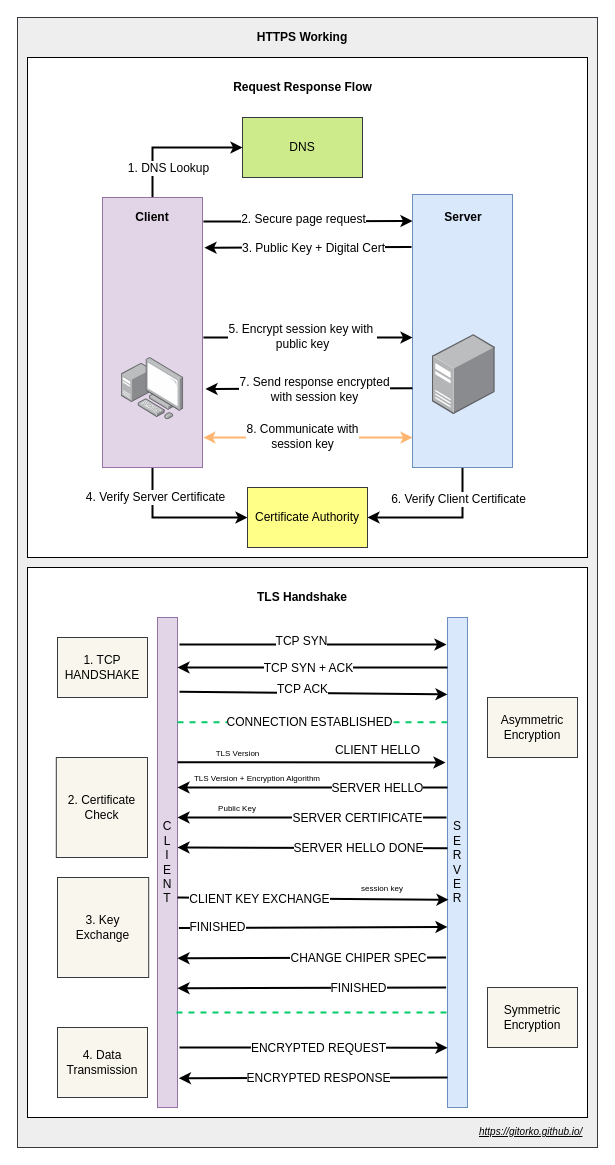
Earlier version of the draw.io diagram content/post/grokking-the-system-design-interview/working-https.drawio (gitorko/gitorko.github.io). Source tidied: cells renumbered, new cells numbered last; positions are measured from the earlier drawing's top-left corner, leaving out a move shared by most shapes. Both pictures are drawn from the tidied source at 100%, with x=0, y=0 at pixel (17, 17).
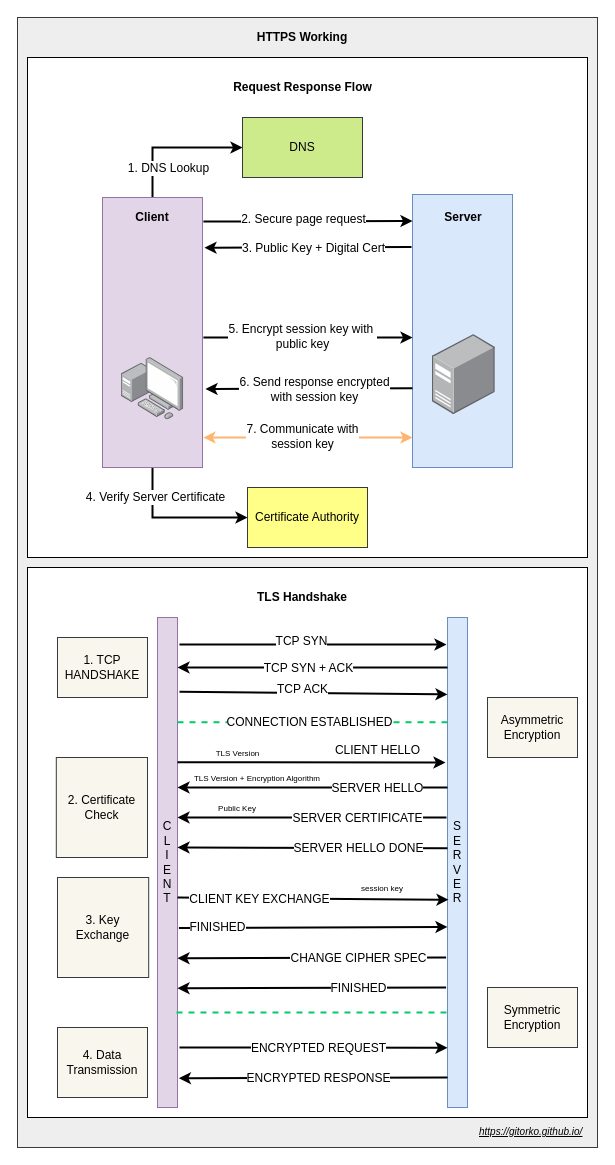
Above is the later version.

The change refers to these unchanged cells:
```xml
<mxCell id="7" style="rounded=0;whiteSpace=wrap;html=1;fillColor=#dae8fc;strokeColor=#6c8ebf;" parent="1" vertex="1">
  <mxGeometry x="395" y="177" width="100" height="273" as="geometry" />
</mxCell>
<mxCell id="22" value="Certificate Authority" style="rounded=0;whiteSpace=wrap;html=1;fillColor=#ffff88;strokeColor=#36393d;" parent="1" vertex="1">
  <mxGeometry x="230" y="470" width="120" height="60" as="geometry" />
</mxCell>
<mxCell id="25" style="endArrow=classic;html=1;strokeWidth=2;exitX=-0.01;exitY=0.192;exitDx=0;exitDy=0;exitPerimeter=0;entryX=1.02;entryY=0.186;entryDx=0;entryDy=0;entryPerimeter=0;" parent="1" edge="1">
  <mxGeometry relative="1" as="geometry">
    <mxPoint x="395" y="370.7" as="sourcePoint" />
    <mxPoint x="188" y="371.5" as="targetPoint" />
  </mxGeometry>
</mxCell>
<mxCell id="55" style="endArrow=classic;html=1;strokeWidth=2;exitX=-0.071;exitY=0.546;exitDx=0;exitDy=0;entryX=1;entryY=0.5;entryDx=0;entryDy=0;exitPerimeter=0;" parent="1" edge="1">
  <mxGeometry relative="1" as="geometry">
    <mxPoint x="428.6" y="940" as="sourcePoint" />
    <mxPoint x="160" y="940.7" as="targetPoint" />
  </mxGeometry>
</mxCell>
<mxCell id="70" style="endArrow=classic;html=1;entryX=0;entryY=0.097;entryDx=0;entryDy=0;entryPerimeter=0;strokeWidth=2;exitX=1.009;exitY=0.089;exitDx=0;exitDy=0;exitPerimeter=0;startArrow=classic;startFill=1;strokeColor=#FFB570;" parent="1" edge="1">
  <mxGeometry relative="1" as="geometry">
    <mxPoint x="185.9" y="420.1" as="sourcePoint" />
    <mxPoint x="395" y="420" as="targetPoint" />
  </mxGeometry>
</mxCell>
```

What changed in the source:
```diff
@@
-    <mxCell id="5" style="edgeStyle=orthogonalEdgeStyle;rounded=0;jettySize=auto;html=1;entryX=1;entryY=0.5;entryDx=0;entryDy=0;strokeColor=#000000;strokeWidth=2;exitX=0.5;exitY=1;exitDx=0;exitDy=0;" parent="1" edge="1" source="7" target="22">
-      <mxGeometry relative="1" as="geometry" />
-    </mxCell>
-    <mxCell id="6" value="6. Verify Client Certificate" style="text;html=1;align=center;verticalAlign=middle;labelBackgroundColor=#ffffff;" parent="5" vertex="1">
-      <mxGeometry x="-0.49" y="1" relative="1" as="geometry">
-        <mxPoint x="-6" y="-5.3" as="offset" />
-      </mxGeometry>
-    </mxCell>
@@
-    <mxCell id="26" value="7. Send response encrypted &lt;br&gt;with session key" style="text;html=1;align=center;verticalAlign=middle;labelBackgroundColor=#ffffff;" parent="25" vertex="1">
+    <mxCell id="26" value="6. Send response encrypted &lt;br&gt;with session key" style="text;html=1;align=center;verticalAlign=middle;labelBackgroundColor=#ffffff;" parent="25" vertex="1">
       <mxGeometry x="0.51" relative="1" as="geometry">
         <mxPoint x="57" as="offset" />
       </mxGeometry>
     </mxCell>
@@
-    <mxCell id="56" value="CHANGE CHIPER SPEC" style="text;html=1;align=center;verticalAlign=middle;labelBackgroundColor=#ffffff;" parent="55" vertex="1">
+    <mxCell id="56" value="CHANGE CIPHER SPEC" style="text;html=1;align=center;verticalAlign=middle;labelBackgroundColor=#ffffff;" parent="55" vertex="1">
       <mxGeometry x="0.15" y="-1" relative="1" as="geometry">
         <mxPoint x="65.7" y="1" as="offset" />
       </mxGeometry>
     </mxCell>
@@
-    <mxCell id="71" value="8. Communicate with &lt;br&gt;session key" style="text;html=1;align=center;verticalAlign=middle;labelBackgroundColor=#ffffff;" parent="70" vertex="1">
+    <mxCell id="71" value="7. Communicate with &lt;br&gt;session key" style="text;html=1;align=center;verticalAlign=middle;labelBackgroundColor=#ffffff;" parent="70" vertex="1">
       <mxGeometry x="-0.06" y="2" relative="1" as="geometry">
         <mxPoint x="1.1" as="offset" />
       </mxGeometry>
     </mxCell>
```
